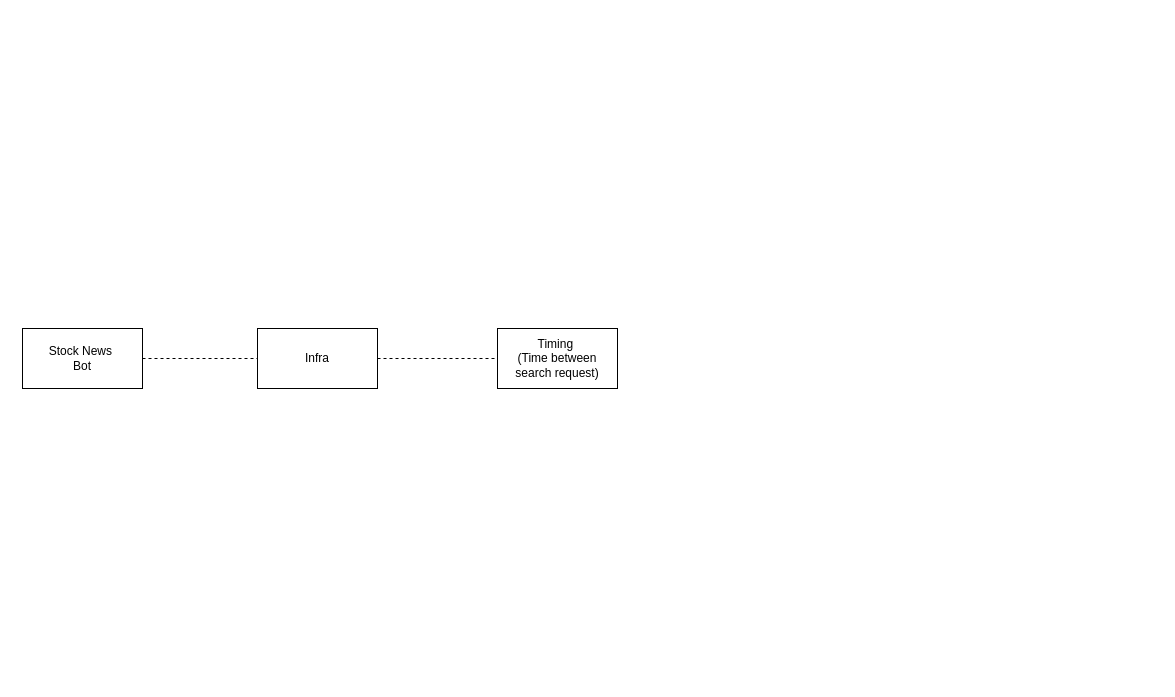
JackFurmy/Stck_Repo keeps this draw.io diagram as Diagrams/Stock_News_Bot_Infra.drawio. Above is the earlier version. Source tidied: cells renumbered, new cells numbered last; positions are measured from the earlier drawing's top-left corner, leaving out a move shared by most shapes. Both pictures are drawn from the tidied source at 100%, with x=0, y=0 at pixel (22, 328).
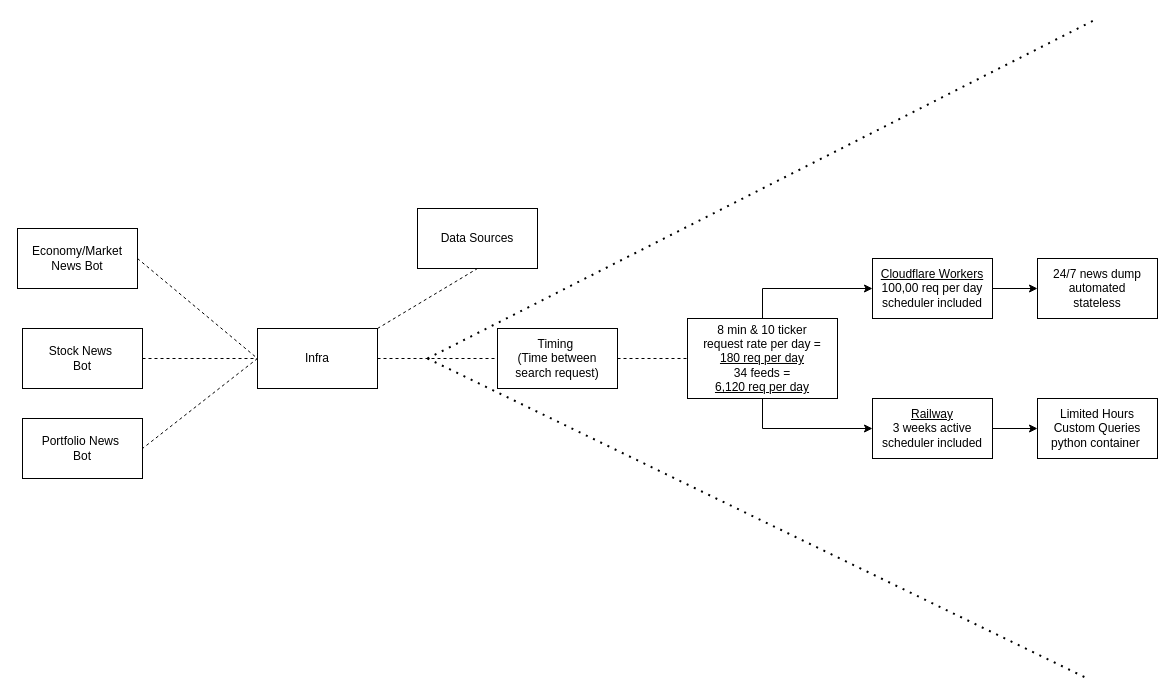
The same diagram, later.

The change refers to these unchanged cells:
```xml
<mxCell id="4" value="Infra" style="rounded=0;whiteSpace=wrap;html=1;" parent="1" vertex="1">
  <mxGeometry x="235" width="120" height="60" as="geometry" />
</mxCell>
<mxCell id="5" value="Timing&amp;nbsp;&lt;div&gt;(Time between&lt;/div&gt;&lt;div&gt;search request)&lt;/div&gt;" style="rounded=0;whiteSpace=wrap;html=1;" parent="1" vertex="1">
  <mxGeometry x="475" width="120" height="60" as="geometry" />
</mxCell>
```

Diff of the diagram source:
```diff
@@
+    <mxCell id="7" style="edgeStyle=orthogonalEdgeStyle;rounded=0;jettySize=auto;html=1;entryX=0;entryY=0.5;entryDx=0;entryDy=0;exitX=0.5;exitY=0;exitDx=0;exitDy=0;" parent="1" edge="1" source="9" target="12">
+      <mxGeometry relative="1" as="geometry" />
+    </mxCell>
+    <mxCell id="8" style="edgeStyle=orthogonalEdgeStyle;rounded=0;jettySize=auto;html=1;entryX=0;entryY=0.5;entryDx=0;entryDy=0;exitX=0.5;exitY=1;exitDx=0;exitDy=0;" parent="1" edge="1" source="9" target="14">
+      <mxGeometry relative="1" as="geometry" />
+    </mxCell>
+    <mxCell id="9" value="8 min &amp;amp; 10 ticker&lt;div&gt;request rate per day =&lt;div&gt;&lt;u&gt;180 req per day&lt;/u&gt;&lt;br&gt;&lt;div&gt;34 feeds =&lt;/div&gt;&lt;/div&gt;&lt;/div&gt;&lt;div&gt;&lt;u&gt;6,120 req per day&lt;/u&gt;&lt;/div&gt;" style="rounded=0;whiteSpace=wrap;html=1;" parent="1" vertex="1">
+      <mxGeometry x="665" y="-10" width="150" height="80" as="geometry" />
+    </mxCell>
+    <mxCell id="10" style="endArrow=none;dashed=1;html=1;rounded=0;entryX=0;entryY=0.5;entryDx=0;entryDy=0;exitX=1;exitY=0.5;exitDx=0;exitDy=0;" parent="1" edge="1" source="5" target="9">
+      <mxGeometry relative="1" as="geometry" />
+    </mxCell>
+    <mxCell id="11" style="edgeStyle=orthogonalEdgeStyle;rounded=0;jettySize=auto;html=1;exitX=1;exitY=0.5;exitDx=0;exitDy=0;entryX=0;entryY=0.5;entryDx=0;entryDy=0;" parent="1" edge="1" source="12" target="15">
+      <mxGeometry relative="1" as="geometry" />
+    </mxCell>
+    <mxCell id="12" value="&lt;u&gt;Cloudflare Workers&lt;/u&gt;&lt;div&gt;100,00 req per day&lt;/div&gt;&lt;div&gt;scheduler included&lt;/div&gt;" style="rounded=0;whiteSpace=wrap;html=1;" parent="1" vertex="1">
+      <mxGeometry x="850" y="-70" width="120" height="60" as="geometry" />
+    </mxCell>
+    <mxCell id="13" style="edgeStyle=orthogonalEdgeStyle;rounded=0;jettySize=auto;html=1;exitX=1;exitY=0.5;exitDx=0;exitDy=0;entryX=0;entryY=0.5;entryDx=0;entryDy=0;" parent="1" edge="1" source="14" target="16">
+      <mxGeometry relative="1" as="geometry" />
+    </mxCell>
+    <mxCell id="14" value="&lt;u&gt;Railway&lt;/u&gt;&lt;div&gt;3 weeks active&lt;/div&gt;&lt;div&gt;scheduler included&lt;/div&gt;" style="rounded=0;whiteSpace=wrap;html=1;" parent="1" vertex="1">
+      <mxGeometry x="850" y="70" width="120" height="60" as="geometry" />
+    </mxCell>
+    <mxCell id="15" value="24/7 news dump&lt;div&gt;automated&lt;/div&gt;&lt;div&gt;stateless&lt;/div&gt;" style="rounded=0;whiteSpace=wrap;html=1;" parent="1" vertex="1">
+      <mxGeometry x="1015" y="-70" width="120" height="60" as="geometry" />
+    </mxCell>
+    <mxCell id="16" value="Limited Hours&lt;div&gt;Custom Queries&lt;/div&gt;&lt;div&gt;python container&amp;nbsp;&lt;/div&gt;" style="rounded=0;whiteSpace=wrap;html=1;" parent="1" vertex="1">
+      <mxGeometry x="1015" y="70" width="120" height="60" as="geometry" />
+    </mxCell>
+    <mxCell id="17" style="endArrow=none;dashed=1;html=1;dashPattern=1 3;strokeWidth=2;rounded=0;" parent="1" edge="1">
+      <mxGeometry relative="1" as="geometry">
+        <mxPoint x="405" y="30" as="sourcePoint" />
+        <mxPoint x="1075" y="-310" as="targetPoint" />
+      </mxGeometry>
+    </mxCell>
+    <mxCell id="18" style="endArrow=none;dashed=1;html=1;dashPattern=1 3;strokeWidth=2;rounded=0;" parent="1" edge="1">
+      <mxGeometry relative="1" as="geometry">
+        <mxPoint x="405" y="30" as="sourcePoint" />
+        <mxPoint x="1065" y="350" as="targetPoint" />
+      </mxGeometry>
+    </mxCell>
+    <mxCell id="19" value="Economy/Market News Bot" style="rounded=0;whiteSpace=wrap;html=1;" parent="1" vertex="1">
+      <mxGeometry x="-5" y="-100" width="120" height="60" as="geometry" />
+    </mxCell>
+    <mxCell id="20" value="Portfolio News&amp;nbsp;&lt;div&gt;Bot&lt;/div&gt;" style="rounded=0;whiteSpace=wrap;html=1;" parent="1" vertex="1">
+      <mxGeometry y="90" width="120" height="60" as="geometry" />
+    </mxCell>
+    <mxCell id="21" style="endArrow=none;dashed=1;html=1;rounded=0;exitX=1;exitY=0.5;exitDx=0;exitDy=0;entryX=0;entryY=0.5;entryDx=0;entryDy=0;" parent="1" edge="1" source="19" target="4">
+      <mxGeometry relative="1" as="geometry" />
+    </mxCell>
+    <mxCell id="22" style="endArrow=none;dashed=1;html=1;rounded=0;exitX=0;exitY=0.5;exitDx=0;exitDy=0;entryX=1;entryY=0.5;entryDx=0;entryDy=0;" parent="1" edge="1" source="4" target="20">
+      <mxGeometry relative="1" as="geometry" />
+    </mxCell>
+    <mxCell id="23" value="Data Sources" style="rounded=0;whiteSpace=wrap;html=1;" parent="1" vertex="1">
+      <mxGeometry x="395" y="-120" width="120" height="60" as="geometry" />
+    </mxCell>
+    <mxCell id="24" style="endArrow=none;dashed=1;html=1;rounded=0;entryX=0.5;entryY=1;entryDx=0;entryDy=0;exitX=1;exitY=0;exitDx=0;exitDy=0;" parent="1" edge="1" source="4" target="23">
+      <mxGeometry relative="1" as="geometry" />
+    </mxCell>
```
